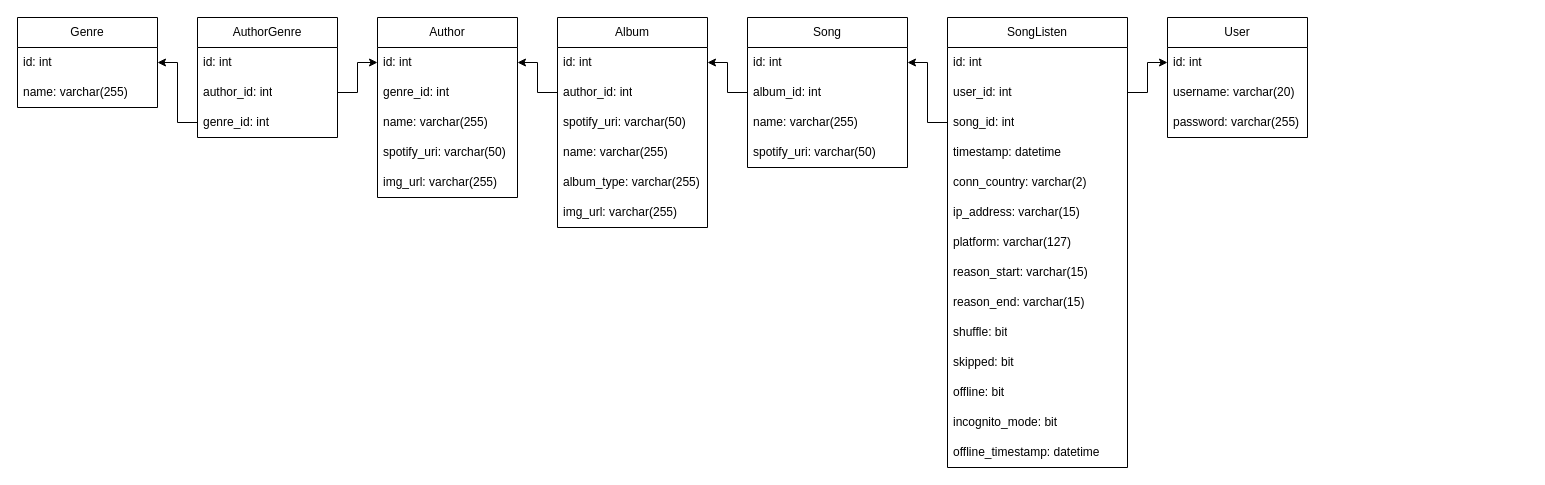
Zancmok/AdvancedSpotifyDataAnalyzer keeps this draw.io diagram as drawio/database.drawio. Above is the earlier version. Source tidied: cells renumbered, new cells numbered last; positions are measured from the earlier drawing's top-left corner, leaving out a move shared by most shapes. Both pictures are drawn from the tidied source at 100%, with x=0, y=0 at pixel (17, 17).
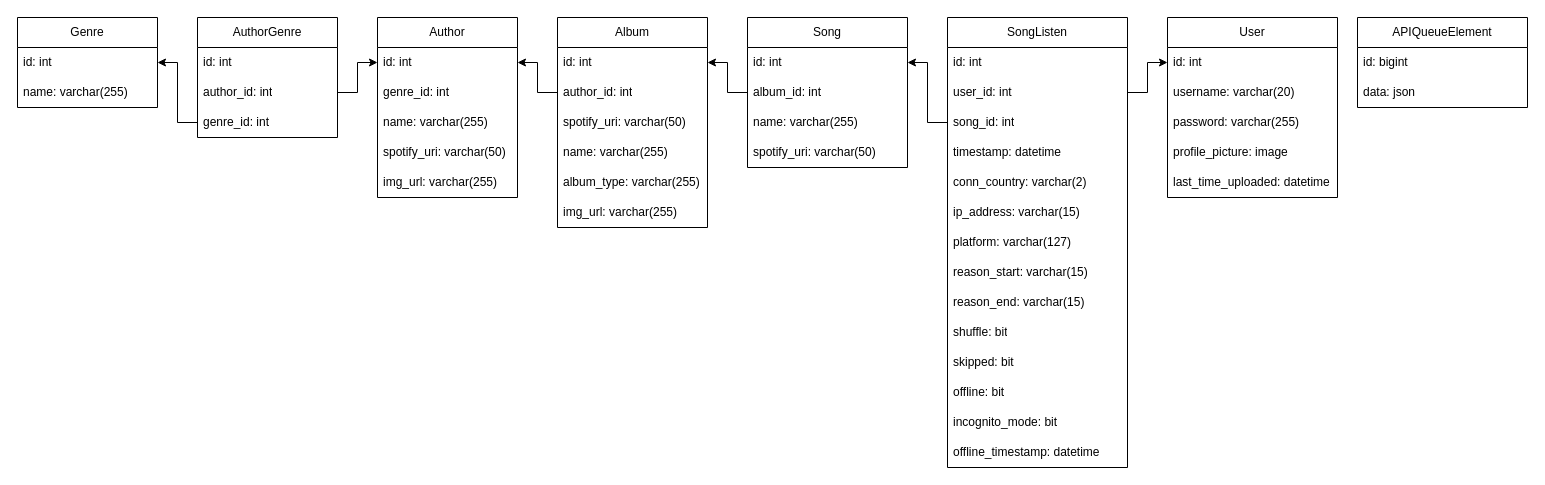
Above is the later version.

Commit message:
Updated User model, created APIQueueElement model.

Change to the diagram source:
```diff
@@
     <mxCell id="2" value="User" style="swimlane;fontStyle=0;horizontal=1;startSize=30;whiteSpace=wrap;html=1;" parent="1" vertex="1">
-      <mxGeometry x="1150" width="140" height="120" as="geometry" />
+      <mxGeometry x="1150" width="170" height="180" as="geometry" />
     </mxCell>
     <mxCell id="3" value="id: int" style="text;strokeColor=none;fillColor=none;align=left;verticalAlign=middle;spacingLeft=4;spacingRight=4;overflow=hidden;points=[[0,0.5],[1,0.5]];portConstraint=eastwest;whiteSpace=wrap;html=1;" parent="2" vertex="1">
-      <mxGeometry y="30" width="140" height="30" as="geometry" />
+      <mxGeometry y="30" width="170" height="30" as="geometry" />
     </mxCell>
     <mxCell id="4" value="username: varchar(20)" style="text;strokeColor=none;fillColor=none;align=left;verticalAlign=middle;spacingLeft=4;spacingRight=4;overflow=hidden;whiteSpace=wrap;html=1;" parent="2" vertex="1">
-      <mxGeometry y="60" width="140" height="30" as="geometry" />
+      <mxGeometry y="60" width="170" height="30" as="geometry" />
     </mxCell>
     <mxCell id="5" value="password: varchar(255)" style="text;strokeColor=none;fillColor=none;align=left;verticalAlign=middle;spacingLeft=4;spacingRight=4;overflow=hidden;whiteSpace=wrap;html=1;" parent="2" vertex="1">
-      <mxGeometry y="90" width="140" height="30" as="geometry" />
+      <mxGeometry y="90" width="170" height="30" as="geometry" />
     </mxCell>
+    <mxCell id="52" value="profile_picture: image" style="text;strokeColor=none;fillColor=none;align=left;verticalAlign=middle;spacingLeft=4;spacingRight=4;overflow=hidden;whiteSpace=wrap;html=1;" parent="2" vertex="1">
+      <mxGeometry y="120" width="170" height="30" as="geometry" />
+    </mxCell>
+    <mxCell id="53" value="last_time_uploaded: datetime" style="text;strokeColor=none;fillColor=none;align=left;verticalAlign=middle;spacingLeft=4;spacingRight=4;overflow=hidden;whiteSpace=wrap;html=1;" parent="2" vertex="1">
+      <mxGeometry y="150" width="170" height="30" as="geometry" />
+    </mxCell>
@@
+    <mxCell id="54" value="APIQueueElement" style="swimlane;fontStyle=0;horizontal=1;startSize=30;whiteSpace=wrap;html=1;" parent="1" vertex="1">
+      <mxGeometry x="1340" width="170" height="90" as="geometry" />
+    </mxCell>
+    <mxCell id="55" value="id: bigint" style="text;strokeColor=none;fillColor=none;align=left;verticalAlign=middle;spacingLeft=4;spacingRight=4;overflow=hidden;whiteSpace=wrap;html=1;" parent="54" vertex="1">
+      <mxGeometry y="30" width="170" height="30" as="geometry" />
+    </mxCell>
+    <mxCell id="56" value="data: json" style="text;strokeColor=none;fillColor=none;align=left;verticalAlign=middle;spacingLeft=4;spacingRight=4;overflow=hidden;whiteSpace=wrap;html=1;" parent="54" vertex="1">
+      <mxGeometry y="60" width="170" height="30" as="geometry" />
+    </mxCell>
```
